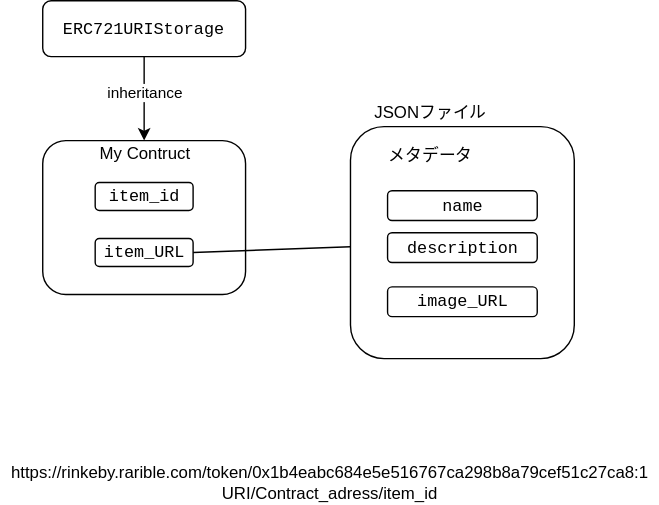
Earlier version of the draw.io export nft.drawio.svg (ryojiroakiyama/Web3Lab). Source tidied: cells renumbered, new cells last; positions are measured from the earlier drawing's top-left corner, leaving out a move shared by most shapes. The source it was exported from:
```xml
<mxGraphModel>
  <root>
    <mxCell id="0" />
    <mxCell id="1" parent="0" />
    <mxCell id="2" style="rounded=1;whiteSpace=wrap;html=1;" parent="1" vertex="1">
      <mxGeometry x="30" y="100" width="145" height="110" as="geometry" />
    </mxCell>
    <mxCell id="3" style="edgeStyle=none;html=1;entryX=0.5;entryY=0;entryDx=0;entryDy=0;fontColor=#000000;" parent="1" edge="1" source="5" target="2">
      <mxGeometry relative="1" as="geometry" />
    </mxCell>
    <mxCell id="4" value="inheritance" style="edgeLabel;html=1;align=center;verticalAlign=middle;fontColor=#000000;" parent="3" vertex="1">
      <mxGeometry x="-0.17" relative="1" as="geometry" />
    </mxCell>
    <mxCell id="5" value="&lt;span style=&quot;font-family: &amp;#34;menlo&amp;#34; , &amp;#34;monaco&amp;#34; , &amp;#34;courier new&amp;#34; , monospace ; background-color: rgb(255 , 255 , 255)&quot;&gt;ERC721URIStorage&lt;/span&gt;" style="rounded=1;whiteSpace=wrap;html=1;" parent="1" vertex="1">
      <mxGeometry x="30" width="145" height="40" as="geometry" />
    </mxCell>
    <mxCell id="6" style="edgeStyle=none;html=1;entryX=1;entryY=0.5;entryDx=0;entryDy=0;fontColor=#000000;endArrow=none;endFill=0;" parent="1" edge="1" source="11" target="10">
      <mxGeometry relative="1" as="geometry" />
    </mxCell>
    <mxCell id="7" value="https://rinkeby.rarible.com/token/0x1b4eabc684e5e516767ca298b8a79cef51c27ca8:1&lt;br&gt;URI/Contract_adress/item_id" style="text;html=1;align=center;verticalAlign=middle;strokeColor=none;fillColor=none;fontColor=#000000;" parent="1" vertex="1">
      <mxGeometry y="330" width="470" height="30" as="geometry" />
    </mxCell>
    <mxCell id="8" value="&lt;span&gt;My Contruct&lt;/span&gt;" style="text;html=1;align=center;verticalAlign=middle;strokeColor=none;fillColor=none;fontColor=#000000;" parent="1" vertex="1">
      <mxGeometry x="62.5" y="100" width="80" height="20" as="geometry" />
    </mxCell>
    <mxCell id="9" value="&lt;span style=&quot;font-family: &amp;#34;menlo&amp;#34; , &amp;#34;monaco&amp;#34; , &amp;#34;courier new&amp;#34; , monospace ; background-color: rgb(255 , 255 , 255)&quot;&gt;item_id&lt;/span&gt;" style="rounded=1;whiteSpace=wrap;html=1;" parent="1" vertex="1">
      <mxGeometry x="67.5" y="130" width="70" height="20" as="geometry" />
    </mxCell>
    <mxCell id="10" value="&lt;span style=&quot;font-family: &amp;#34;menlo&amp;#34; , &amp;#34;monaco&amp;#34; , &amp;#34;courier new&amp;#34; , monospace ; background-color: rgb(255 , 255 , 255)&quot;&gt;item_URL&lt;/span&gt;" style="rounded=1;whiteSpace=wrap;html=1;" parent="1" vertex="1">
      <mxGeometry x="67.5" y="170" width="70" height="20" as="geometry" />
    </mxCell>
    <mxCell id="11" style="rounded=1;whiteSpace=wrap;html=1;" parent="1" vertex="1">
      <mxGeometry x="250" y="90" width="160" height="165.9" as="geometry" />
    </mxCell>
    <mxCell id="12" value="JSONファイル" style="text;html=1;align=center;verticalAlign=middle;strokeColor=none;fillColor=none;fontColor=#000000;" parent="1" vertex="1">
      <mxGeometry x="261.8" y="70" width="90" height="20" as="geometry" />
    </mxCell>
    <mxCell id="13" value="メタデータ" style="text;html=1;align=center;verticalAlign=middle;strokeColor=none;fillColor=none;fontColor=#000000;" parent="1" vertex="1">
      <mxGeometry x="266.8" y="100.7" width="80" height="20" as="geometry" />
    </mxCell>
    <mxCell id="14" value="&lt;span style=&quot;font-family: &amp;#34;menlo&amp;#34; , &amp;#34;monaco&amp;#34; , &amp;#34;courier new&amp;#34; , monospace ; background-color: rgb(255 , 255 , 255)&quot;&gt;image_URL&lt;/span&gt;" style="rounded=1;whiteSpace=wrap;html=1;" parent="1" vertex="1">
      <mxGeometry x="276.5" y="204.6" width="107" height="21.3" as="geometry" />
    </mxCell>
    <mxCell id="15" value="&lt;span style=&quot;font-family: &amp;#34;menlo&amp;#34; , &amp;#34;monaco&amp;#34; , &amp;#34;courier new&amp;#34; , monospace ; background-color: rgb(255 , 255 , 255)&quot;&gt;name&lt;/span&gt;" style="rounded=1;whiteSpace=wrap;html=1;" parent="1" vertex="1">
      <mxGeometry x="276.5" y="135.9" width="107" height="21.3" as="geometry" />
    </mxCell>
    <mxCell id="16" value="&lt;span style=&quot;font-family: &amp;#34;menlo&amp;#34; , &amp;#34;monaco&amp;#34; , &amp;#34;courier new&amp;#34; , monospace ; background-color: rgb(255 , 255 , 255)&quot;&gt;description&lt;/span&gt;" style="rounded=1;whiteSpace=wrap;html=1;" parent="1" vertex="1">
      <mxGeometry x="276.5" y="165.9" width="107" height="21.3" as="geometry" />
    </mxCell>
  </root>
</mxGraphModel>
```
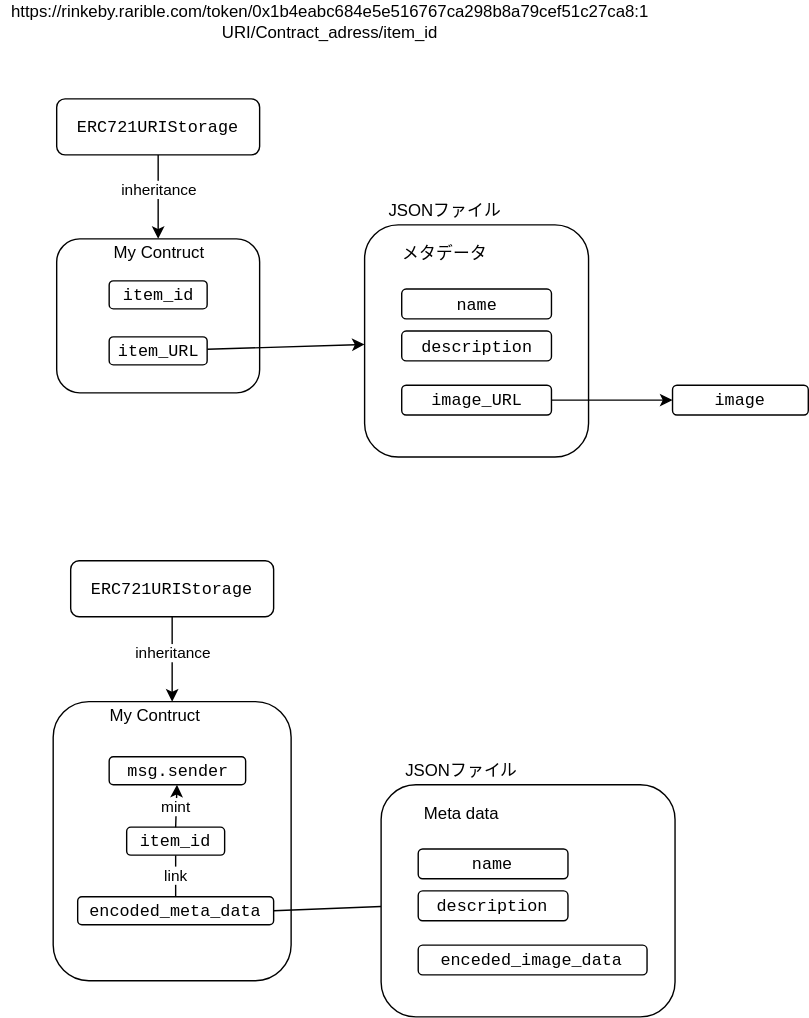
The same file after the commit.

Commit message:
feat: onchain nft

Diff of the diagram source:
```diff
@@ -14,11 +14,8 @@
     <mxCell id="5" value="&lt;span style=&quot;font-family: &amp;#34;menlo&amp;#34; , &amp;#34;monaco&amp;#34; , &amp;#34;courier new&amp;#34; , monospace ; background-color: rgb(255 , 255 , 255)&quot;&gt;ERC721URIStorage&lt;/span&gt;" style="rounded=1;whiteSpace=wrap;html=1;" parent="1" vertex="1">
       <mxGeometry x="30" width="145" height="40" as="geometry" />
     </mxCell>
-    <mxCell id="6" style="edgeStyle=none;html=1;entryX=1;entryY=0.5;entryDx=0;entryDy=0;fontColor=#000000;endArrow=none;endFill=0;" parent="1" edge="1" source="11" target="10">
-      <mxGeometry relative="1" as="geometry" />
-    </mxCell>
     <mxCell id="7" value="https://rinkeby.rarible.com/token/0x1b4eabc684e5e516767ca298b8a79cef51c27ca8:1&lt;br&gt;URI/Contract_adress/item_id" style="text;html=1;align=center;verticalAlign=middle;strokeColor=none;fillColor=none;fontColor=#000000;" parent="1" vertex="1">
-      <mxGeometry y="330" width="470" height="30" as="geometry" />
+      <mxGeometry x="-10" y="-70" width="470" height="30" as="geometry" />
     </mxCell>
     <mxCell id="8" value="&lt;span&gt;My Contruct&lt;/span&gt;" style="text;html=1;align=center;verticalAlign=middle;strokeColor=none;fillColor=none;fontColor=#000000;" parent="1" vertex="1">
       <mxGeometry x="62.5" y="100" width="80" height="20" as="geometry" />
@@ -26,6 +23,9 @@
     <mxCell id="9" value="&lt;span style=&quot;font-family: &amp;#34;menlo&amp;#34; , &amp;#34;monaco&amp;#34; , &amp;#34;courier new&amp;#34; , monospace ; background-color: rgb(255 , 255 , 255)&quot;&gt;item_id&lt;/span&gt;" style="rounded=1;whiteSpace=wrap;html=1;" parent="1" vertex="1">
       <mxGeometry x="67.5" y="130" width="70" height="20" as="geometry" />
     </mxCell>
+    <mxCell id="17" style="edgeStyle=none;html=1;" parent="1" edge="1" source="10" target="11">
+      <mxGeometry relative="1" as="geometry" />
+    </mxCell>
     <mxCell id="10" value="&lt;span style=&quot;font-family: &amp;#34;menlo&amp;#34; , &amp;#34;monaco&amp;#34; , &amp;#34;courier new&amp;#34; , monospace ; background-color: rgb(255 , 255 , 255)&quot;&gt;item_URL&lt;/span&gt;" style="rounded=1;whiteSpace=wrap;html=1;" parent="1" vertex="1">
       <mxGeometry x="67.5" y="170" width="70" height="20" as="geometry" />
     </mxCell>
@@ -38,6 +38,9 @@
     <mxCell id="13" value="メタデータ" style="text;html=1;align=center;verticalAlign=middle;strokeColor=none;fillColor=none;fontColor=#000000;" parent="1" vertex="1">
       <mxGeometry x="266.8" y="100.7" width="80" height="20" as="geometry" />
     </mxCell>
+    <mxCell id="18" style="edgeStyle=none;html=1;entryX=0;entryY=0.5;entryDx=0;entryDy=0;" parent="1" edge="1" source="14" target="34">
+      <mxGeometry relative="1" as="geometry" />
+    </mxCell>
     <mxCell id="14" value="&lt;span style=&quot;font-family: &amp;#34;menlo&amp;#34; , &amp;#34;monaco&amp;#34; , &amp;#34;courier new&amp;#34; , monospace ; background-color: rgb(255 , 255 , 255)&quot;&gt;image_URL&lt;/span&gt;" style="rounded=1;whiteSpace=wrap;html=1;" parent="1" vertex="1">
       <mxGeometry x="276.5" y="204.6" width="107" height="21.3" as="geometry" />
     </mxCell>
@@ -47,5 +50,59 @@
     <mxCell id="16" value="&lt;span style=&quot;font-family: &amp;#34;menlo&amp;#34; , &amp;#34;monaco&amp;#34; , &amp;#34;courier new&amp;#34; , monospace ; background-color: rgb(255 , 255 , 255)&quot;&gt;description&lt;/span&gt;" style="rounded=1;whiteSpace=wrap;html=1;" parent="1" vertex="1">
       <mxGeometry x="276.5" y="165.9" width="107" height="21.3" as="geometry" />
     </mxCell>
+    <mxCell id="19" style="rounded=1;whiteSpace=wrap;html=1;" parent="1" vertex="1">
+      <mxGeometry x="27.5" y="430.6" width="170" height="199.3" as="geometry" />
+    </mxCell>
+    <mxCell id="20" style="edgeStyle=none;html=1;entryX=0.5;entryY=0;entryDx=0;entryDy=0;fontColor=#000000;" parent="1" edge="1" source="22" target="19">
+      <mxGeometry relative="1" as="geometry" />
+    </mxCell>
+    <mxCell id="21" value="inheritance" style="edgeLabel;html=1;align=center;verticalAlign=middle;fontColor=#000000;" parent="20" vertex="1">
+      <mxGeometry x="-0.17" relative="1" as="geometry" />
+    </mxCell>
+    <mxCell id="22" value="&lt;span style=&quot;font-family: &amp;#34;menlo&amp;#34; , &amp;#34;monaco&amp;#34; , &amp;#34;courier new&amp;#34; , monospace ; background-color: rgb(255 , 255 , 255)&quot;&gt;ERC721URIStorage&lt;/span&gt;" style="rounded=1;whiteSpace=wrap;html=1;" parent="1" vertex="1">
+      <mxGeometry x="40" y="330" width="145" height="40" as="geometry" />
+    </mxCell>
+    <mxCell id="23" style="edgeStyle=none;html=1;entryX=1;entryY=0.5;entryDx=0;entryDy=0;fontColor=#000000;endArrow=none;endFill=0;" parent="1" edge="1" source="28" target="27">
+      <mxGeometry relative="1" as="geometry" />
+    </mxCell>
+    <mxCell id="24" value="&lt;span&gt;My Contruct&lt;/span&gt;" style="text;html=1;align=center;verticalAlign=middle;strokeColor=none;fillColor=none;fontColor=#000000;" parent="1" vertex="1">
+      <mxGeometry x="60" y="430.6" width="80" height="20" as="geometry" />
+    </mxCell>
+    <mxCell id="25" value="link" style="edgeStyle=none;html=1;entryX=0.5;entryY=0;entryDx=0;entryDy=0;endArrow=none;endFill=0;" parent="1" edge="1" source="26" target="27">
+      <mxGeometry relative="1" as="geometry" />
+    </mxCell>
+    <mxCell id="26" value="&lt;span style=&quot;font-family: &amp;#34;menlo&amp;#34; , &amp;#34;monaco&amp;#34; , &amp;#34;courier new&amp;#34; , monospace ; background-color: rgb(255 , 255 , 255)&quot;&gt;item_id&lt;/span&gt;" style="rounded=1;whiteSpace=wrap;html=1;" parent="1" vertex="1">
+      <mxGeometry x="80" y="520.3" width="70" height="20" as="geometry" />
+    </mxCell>
+    <mxCell id="27" value="&lt;span style=&quot;font-family: &amp;#34;menlo&amp;#34; , &amp;#34;monaco&amp;#34; , &amp;#34;courier new&amp;#34; , monospace ; background-color: rgb(255 , 255 , 255)&quot;&gt;encoded_meta_data&lt;/span&gt;" style="rounded=1;whiteSpace=wrap;html=1;" parent="1" vertex="1">
+      <mxGeometry x="45" y="570" width="140" height="20" as="geometry" />
+    </mxCell>
+    <mxCell id="28" style="rounded=1;whiteSpace=wrap;html=1;" parent="1" vertex="1">
+      <mxGeometry x="261.8" y="490" width="210" height="165.9" as="geometry" />
+    </mxCell>
+    <mxCell id="29" value="JSONファイル" style="text;html=1;align=center;verticalAlign=middle;strokeColor=none;fillColor=none;fontColor=#000000;" parent="1" vertex="1">
+      <mxGeometry x="273.6" y="470" width="90" height="20" as="geometry" />
+    </mxCell>
+    <mxCell id="30" value="Meta data" style="text;html=1;align=center;verticalAlign=middle;strokeColor=none;fillColor=none;fontColor=#000000;" parent="1" vertex="1">
+      <mxGeometry x="283.6" y="500.7" width="70" height="20" as="geometry" />
+    </mxCell>
+    <mxCell id="31" value="&lt;span style=&quot;font-family: &amp;#34;menlo&amp;#34; , &amp;#34;monaco&amp;#34; , &amp;#34;courier new&amp;#34; , monospace ; background-color: rgb(255 , 255 , 255)&quot;&gt;enceded_image_data&lt;/span&gt;" style="rounded=1;whiteSpace=wrap;html=1;" parent="1" vertex="1">
+      <mxGeometry x="288.3" y="604.6" width="163.5" height="21.3" as="geometry" />
+    </mxCell>
+    <mxCell id="32" value="&lt;span style=&quot;font-family: &amp;#34;menlo&amp;#34; , &amp;#34;monaco&amp;#34; , &amp;#34;courier new&amp;#34; , monospace ; background-color: rgb(255 , 255 , 255)&quot;&gt;name&lt;/span&gt;" style="rounded=1;whiteSpace=wrap;html=1;" parent="1" vertex="1">
+      <mxGeometry x="288.3" y="535.9" width="107" height="21.3" as="geometry" />
+    </mxCell>
+    <mxCell id="33" value="&lt;span style=&quot;font-family: &amp;#34;menlo&amp;#34; , &amp;#34;monaco&amp;#34; , &amp;#34;courier new&amp;#34; , monospace ; background-color: rgb(255 , 255 , 255)&quot;&gt;description&lt;/span&gt;" style="rounded=1;whiteSpace=wrap;html=1;" parent="1" vertex="1">
+      <mxGeometry x="288.3" y="565.9" width="107" height="21.3" as="geometry" />
+    </mxCell>
+    <mxCell id="34" value="&lt;span style=&quot;font-family: &amp;#34;menlo&amp;#34; , &amp;#34;monaco&amp;#34; , &amp;#34;courier new&amp;#34; , monospace ; background-color: rgb(255 , 255 , 255)&quot;&gt;image&lt;/span&gt;" style="rounded=1;whiteSpace=wrap;html=1;" parent="1" vertex="1">
+      <mxGeometry x="470" y="204.6" width="97" height="21.3" as="geometry" />
+    </mxCell>
+    <mxCell id="35" value="mint" style="edgeStyle=none;html=1;entryX=0.5;entryY=0;entryDx=0;entryDy=0;endArrow=none;endFill=0;startArrow=classic;startFill=1;" parent="1" edge="1" source="36" target="26">
+      <mxGeometry relative="1" as="geometry" />
+    </mxCell>
+    <mxCell id="36" value="&lt;span style=&quot;font-family: &amp;#34;menlo&amp;#34; , &amp;#34;monaco&amp;#34; , &amp;#34;courier new&amp;#34; , monospace ; background-color: rgb(255 , 255 , 255)&quot;&gt;msg.sender&lt;/span&gt;" style="rounded=1;whiteSpace=wrap;html=1;" parent="1" vertex="1">
+      <mxGeometry x="67.5" y="470" width="97.5" height="20" as="geometry" />
+    </mxCell>
   </root>
 </mxGraphModel>
```
